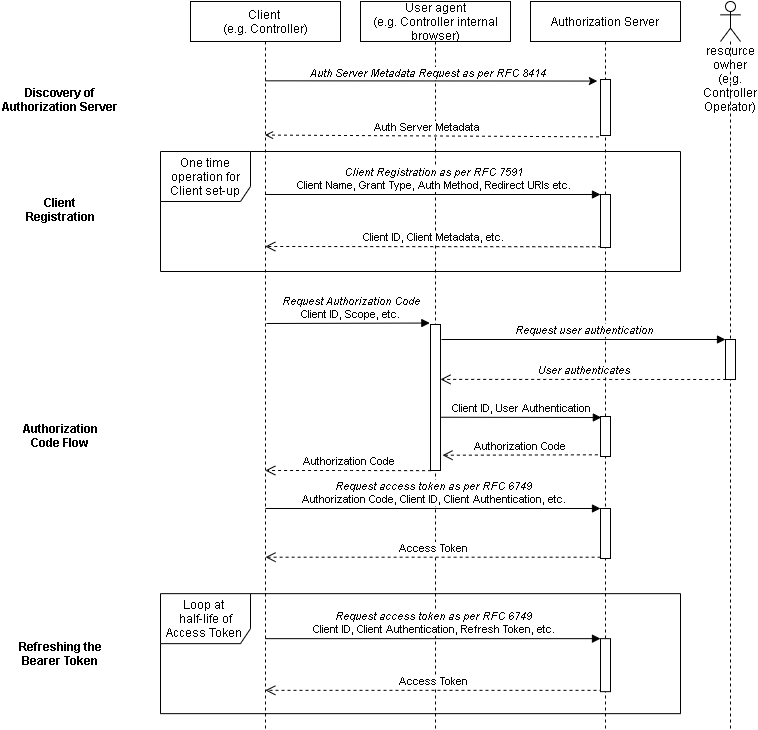
The draw.io diagram docs/images/authorization_flow.png in AMWA-TV/info-002, before a commit. Source tidied: cells renumbered, new cells last; positions are measured from the earlier drawing's top-left corner, leaving out a move shared by most shapes.
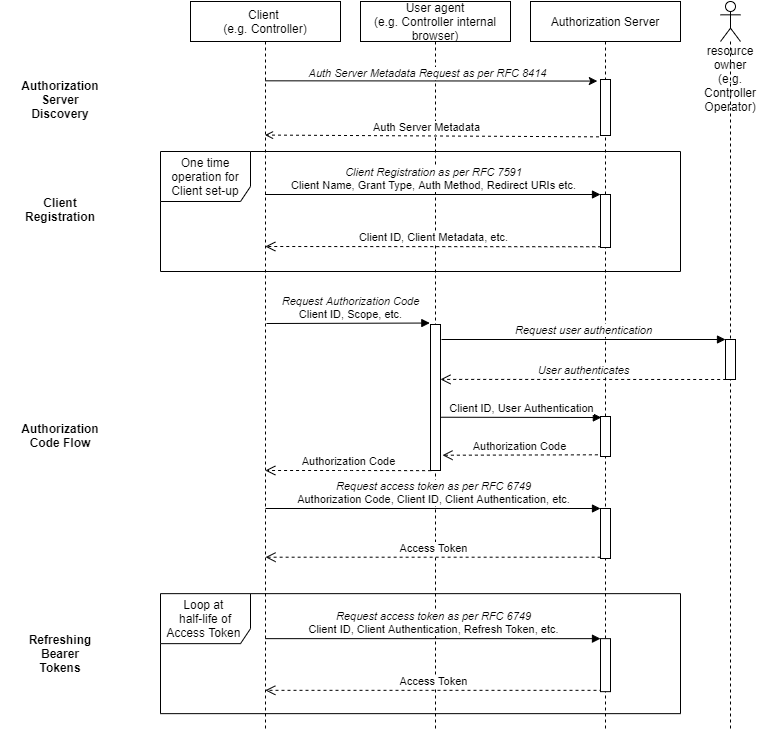
After the change.

Commit message:
Tweaked section headings for readability

Change to the diagram source:
```diff
@@ -60,14 +60,14 @@
         <mxPoint x="19.7" as="offset" />
       </mxGeometry>
     </mxCell>
-    <mxCell id="16" value="&lt;b&gt;Discovery of Authorization Server&lt;/b&gt;" style="text;html=1;strokeColor=none;fillColor=none;align=center;verticalAlign=middle;whiteSpace=wrap;rounded=0;" parent="1" vertex="1">
+    <mxCell id="16" value="&lt;b&gt;Authorization Server&lt;br&gt;Discovery&lt;br&gt;&lt;/b&gt;" style="text;html=1;strokeColor=none;fillColor=none;align=center;verticalAlign=middle;whiteSpace=wrap;rounded=0;" parent="1" vertex="1">
       <mxGeometry y="58" width="120" height="80" as="geometry" />
     </mxCell>
     <mxCell id="17" value="&lt;b&gt;Client Registration&lt;/b&gt;" style="text;html=1;strokeColor=none;fillColor=none;align=center;verticalAlign=middle;whiteSpace=wrap;rounded=0;" parent="1" vertex="1">
       <mxGeometry x="20" y="148" width="80" height="120" as="geometry" />
     </mxCell>
     <mxCell id="18" value="&lt;b&gt;Authorization Code Flow&lt;/b&gt;" style="text;html=1;strokeColor=none;fillColor=none;align=center;verticalAlign=middle;whiteSpace=wrap;rounded=0;" parent="1" vertex="1">
-      <mxGeometry x="10" y="374" width="100" height="120" as="geometry" />
+      <mxGeometry x="20" y="374" width="80" height="120" as="geometry" />
     </mxCell>
     <mxCell id="19" value="Client &lt;br&gt;(e.g. Controller)" style="shape=umlLifeline;perimeter=lifelinePerimeter;whiteSpace=wrap;html=1;" parent="1" vertex="1">
       <mxGeometry x="190" width="150" height="728" as="geometry" />
@@ -128,8 +128,8 @@
         <mxPoint x="265" y="555.7" as="targetPoint" />
       </mxGeometry>
     </mxCell>
-    <mxCell id="33" value="&lt;b&gt;Refreshing the Bearer Token&lt;/b&gt;" style="text;html=1;strokeColor=none;fillColor=none;align=center;verticalAlign=middle;whiteSpace=wrap;rounded=0;" parent="1" vertex="1">
-      <mxGeometry x="10" y="592.1" width="100" height="120" as="geometry" />
+    <mxCell id="33" value="&lt;b&gt;Refreshing Bearer Tokens&lt;/b&gt;" style="text;html=1;strokeColor=none;fillColor=none;align=center;verticalAlign=middle;whiteSpace=wrap;rounded=0;" parent="1" vertex="1">
+      <mxGeometry x="20" y="592.1" width="80" height="120" as="geometry" />
     </mxCell>
     <mxCell id="34" style="html=1;points=[];perimeter=orthogonalPerimeter;" parent="1" vertex="1">
       <mxGeometry x="600" y="415" width="10" height="40" as="geometry" />
```
